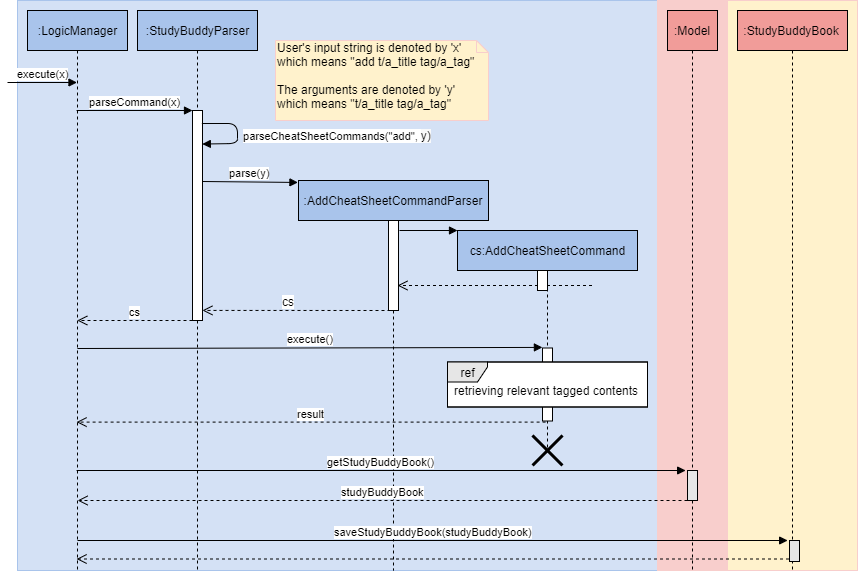
Before: images/jasmineDiagrams/AddCheatSheetSequenceDiagram.png, a diagram exported from draw.io (AY1920S1-CS2103T-W13-3/StudyBuddyPro). Source tidied: cells renumbered, new cells last; positions are measured from the earlier drawing's top-left corner, leaving out a move shared by most shapes.
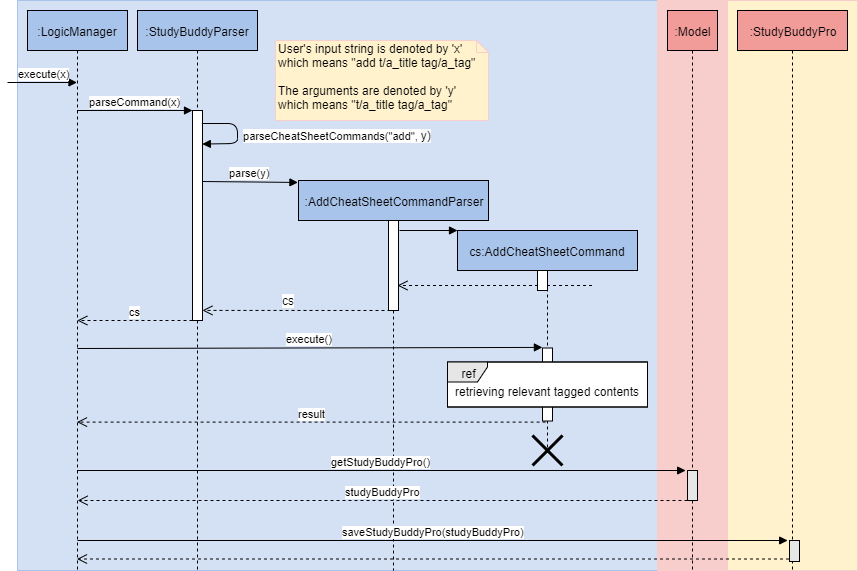
After the change.

What changed in the source:
```diff
@@ -55,7 +55,7 @@
     <mxCell id="14" style="html=1;perimeter=orthogonalPerimeter;strokeColor=#000000;fillColor=#FFFFFF;" parent="13" vertex="1">
       <mxGeometry x="90" y="40" width="10" height="90" as="geometry" />
     </mxCell>
-    <mxCell id="15" value="&lt;span style=&quot;white-space: nowrap&quot;&gt;:StudyBuddyBook&lt;/span&gt;" style="shape=umlLifeline;perimeter=lifelinePerimeter;whiteSpace=wrap;html=1;strokeColor=#000000;fillColor=#F19C99;" parent="1" vertex="1">
+    <mxCell id="15" value="&lt;span style=&quot;white-space: nowrap&quot;&gt;:StudyBuddyPro&lt;/span&gt;" style="shape=umlLifeline;perimeter=lifelinePerimeter;whiteSpace=wrap;html=1;strokeColor=#000000;fillColor=#F19C99;" parent="1" vertex="1">
       <mxGeometry x="730" y="10" width="110" height="560" as="geometry" />
     </mxCell>
     <mxCell id="16" value="User's input string is denoted by 'x' which means &quot;add t/a_title tag/a_tag&quot;&lt;br&gt;&lt;br&gt;The arguments are denoted by 'y' which means &quot;t/a_title tag/a_tag&quot;" style="shape=note;whiteSpace=wrap;html=1;size=12;verticalAlign=top;align=left;spacingTop=-6;strokeColor=#F8CECC;fillColor=#FFF2CC;" parent="1" vertex="1">
@@ -119,10 +119,10 @@
     <mxCell id="30" value="result" style="html=1;verticalAlign=bottom;endArrow=open;dashed=1;endSize=8;exitX=0.31;exitY=1.015;exitDx=0;exitDy=0;exitPerimeter=0;" parent="1" edge="1" source="25" target="5">
       <mxGeometry relative="1" as="geometry" />
     </mxCell>
-    <mxCell id="31" value="getStudyBuddyBook()" style="html=1;verticalAlign=bottom;endArrow=block;entryX=-0.186;entryY=0;entryDx=0;entryDy=0;entryPerimeter=0;" parent="1" edge="1" source="5" target="7">
+    <mxCell id="31" value="getStudyBuddyPro()" style="html=1;verticalAlign=bottom;endArrow=block;entryX=-0.186;entryY=0;entryDx=0;entryDy=0;entryPerimeter=0;" parent="1" edge="1" source="5" target="7">
       <mxGeometry relative="1" as="geometry" />
     </mxCell>
-    <mxCell id="32" value="studyBuddyBook" style="html=1;verticalAlign=bottom;endArrow=open;dashed=1;endSize=8;" parent="1" edge="1">
+    <mxCell id="32" value="studyBuddyPro" style="html=1;verticalAlign=bottom;endArrow=open;dashed=1;endSize=8;" parent="1" edge="1">
       <mxGeometry relative="1" as="geometry">
         <mxPoint x="680" y="500" as="sourcePoint" />
         <mxPoint x="70.1" y="500" as="targetPoint" />
@@ -131,7 +131,7 @@
     <mxCell id="33" style="html=1;points=[];perimeter=orthogonalPerimeter;shadow=0;strokeColor=#000000;fillColor=#E6E6E6;" parent="1" vertex="1">
       <mxGeometry x="782" y="540" width="10" height="21" as="geometry" />
     </mxCell>
-    <mxCell id="34" value="saveStudyBuddyBook(studyBuddyBook)" style="html=1;verticalAlign=bottom;endArrow=block;entryX=-0.186;entryY=0;entryDx=0;entryDy=0;entryPerimeter=0;" parent="1" edge="1" target="33">
+    <mxCell id="34" value="saveStudyBuddyPro(studyBuddyPro)" style="html=1;verticalAlign=bottom;endArrow=block;entryX=-0.186;entryY=0;entryDx=0;entryDy=0;entryPerimeter=0;" parent="1" edge="1" target="33">
       <mxGeometry relative="1" as="geometry">
         <mxPoint x="70" y="540" as="sourcePoint" />
       </mxGeometry>
```
